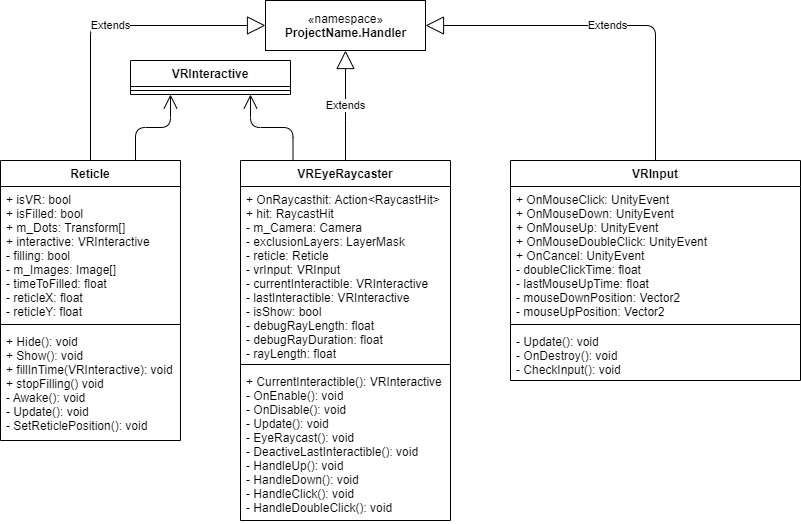
Earlier version of the draw.io export Wiki/Images/DevProcess/UMLDiagrams/VRCamera-Handler.png (EDEN1109/VRCamera). Source tidied: cells renumbered, new cells last; positions are measured from the earlier drawing's top-left corner, leaving out a move shared by most shapes.
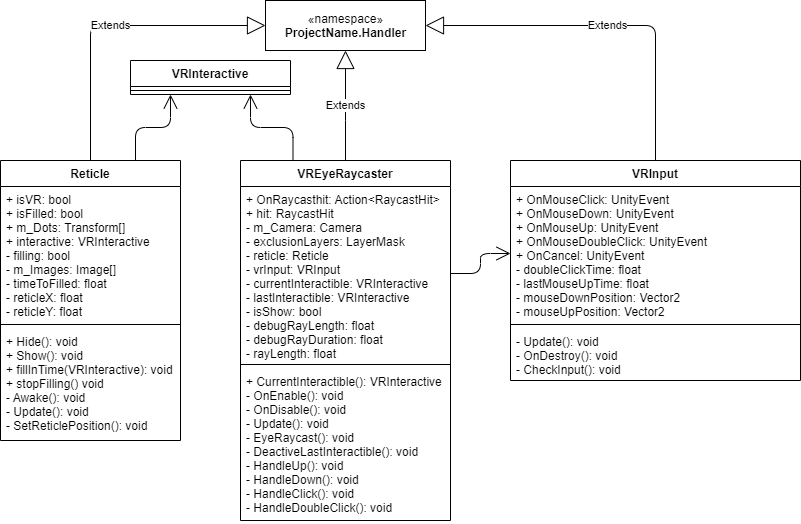
After the commit.

The edit, as a diff of the source:
```diff
@@ -75,5 +75,8 @@
     <mxCell id="21" style="endArrow=open;endFill=1;endSize=12;html=1;edgeStyle=orthogonalEdgeStyle;exitX=0.25;exitY=0;exitDx=0;exitDy=0;entryX=0.75;entryY=1;entryDx=0;entryDy=0;" parent="1" edge="1" source="6" target="14">
       <mxGeometry relative="1" as="geometry" />
     </mxCell>
+    <mxCell id="22" style="endArrow=open;endFill=1;endSize=12;html=1;edgeStyle=orthogonalEdgeStyle;exitX=1;exitY=0.5;exitDx=0;exitDy=0;entryX=0;entryY=0.5;entryDx=0;entryDy=0;" parent="1" edge="1" source="7" target="3">
+      <mxGeometry relative="1" as="geometry" />
+    </mxCell>
   </root>
 </mxGraphModel>
```
